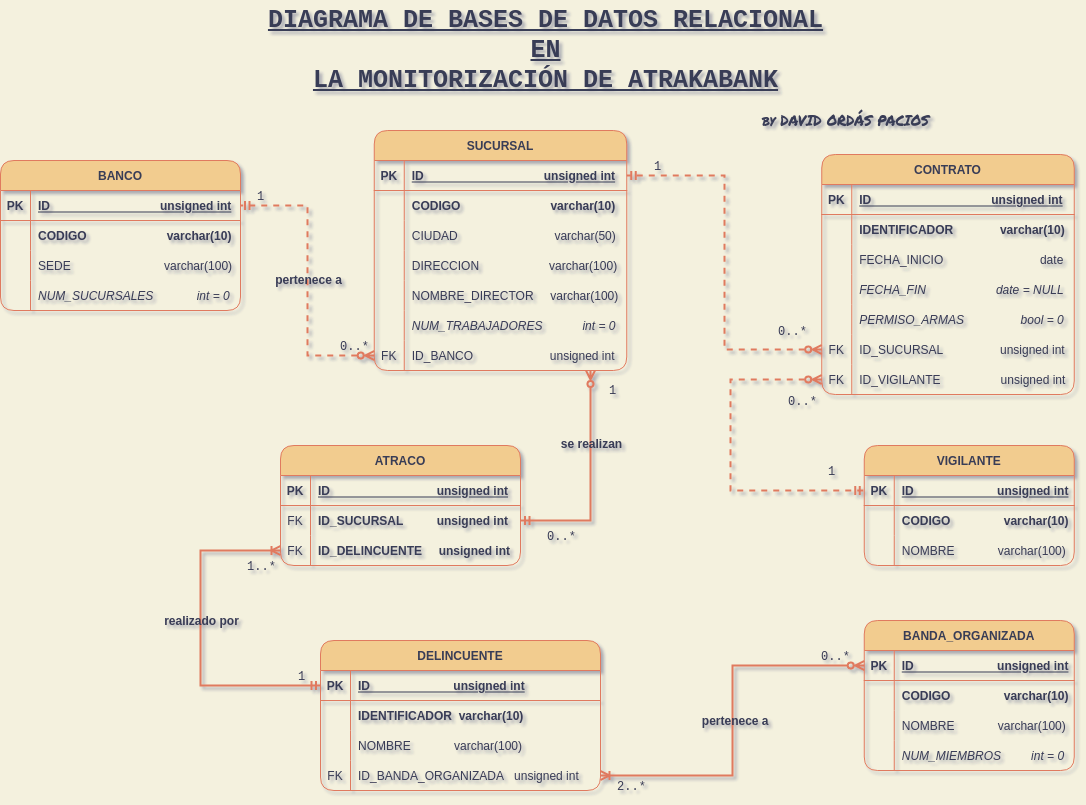
Above: diagrams/atrakabank-Diagrama_BBDD.drawio.png in davorpa/atrakabank-jpa-hibernate-console (draw.io), before the change. Source tidied: cells renumbered, new cells last; positions are measured from the earlier drawing's top-left corner, leaving out a move shared by most shapes.
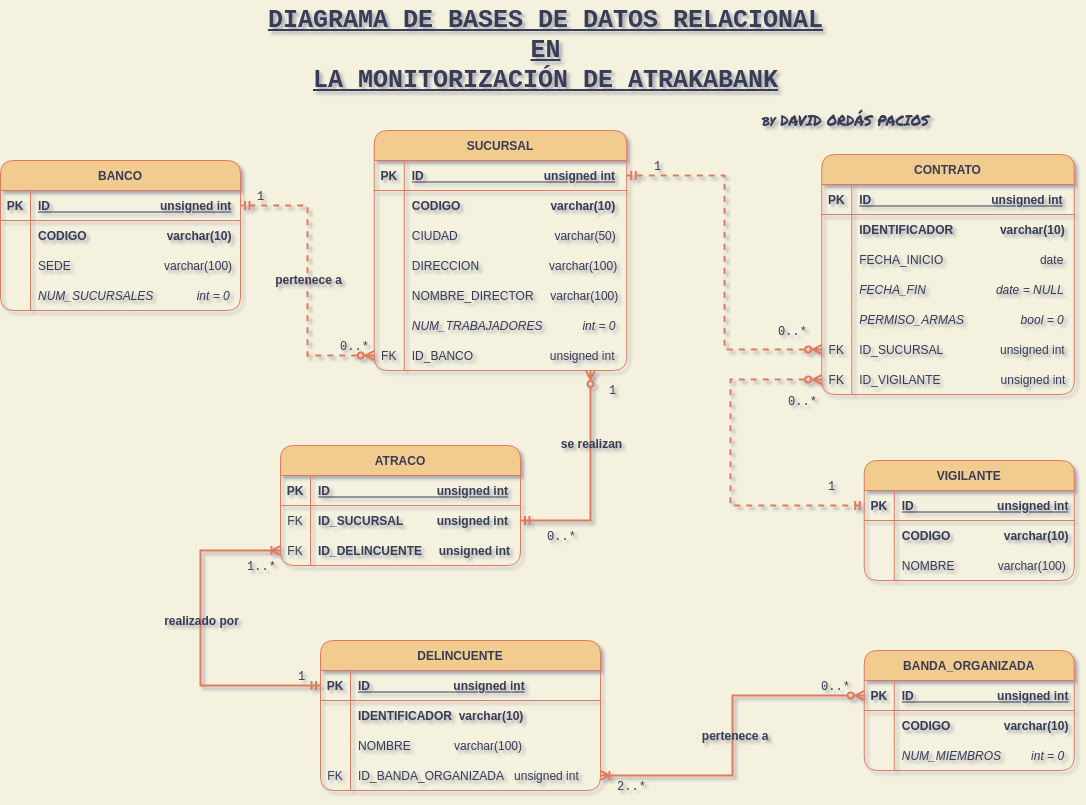
After the change.

Commit message:
Add diagrama del dominio de clases

Diff of the diagram source:
```diff
@@ -247,7 +247,7 @@
       <mxGeometry x="30" width="222.5" height="30" as="geometry" />
     </mxCell>
     <mxCell id="76" value="VIGILANTE" style="shape=table;startSize=30;rowLines=0;fontStyle=1;align=center;labelBackgroundColor=none;fontSize=12;fillColor=#F2CC8F;strokeColor=#E07A5F;fontColor=#393C56;rounded=1;" parent="1" vertex="1">
-      <mxGeometry x="863.8" y="445" width="210" height="120" as="geometry" />
+      <mxGeometry x="863.8" y="460" width="210" height="120" as="geometry" />
     </mxCell>
     <mxCell id="77" style="shape=tableRow;horizontal=0;startSize=0;swimlaneHead=0;swimlaneBody=0;fillColor=none;points=[[0,0.5],[1,0.5]];portConstraint=eastwest;top=0;left=0;right=0;bottom=1;labelBackgroundColor=none;fontSize=12;strokeColor=#E07A5F;fontColor=#393C56;rounded=1;" parent="76" vertex="1">
       <mxGeometry y="30" width="210" height="30" as="geometry" />
@@ -333,7 +333,7 @@
       <mxGeometry x="30" width="250" height="30" as="geometry" />
     </mxCell>
     <mxCell id="102" value="BANDA_ORGANIZADA" style="shape=table;startSize=30;rowLines=0;fontStyle=1;align=center;labelBackgroundColor=none;fontSize=12;fillColor=#F2CC8F;strokeColor=#E07A5F;fontColor=#393C56;rounded=1;" parent="1" vertex="1">
-      <mxGeometry x="863.8" y="620" width="210" height="150" as="geometry" />
+      <mxGeometry x="863.8" y="650" width="210" height="120" as="geometry" />
     </mxCell>
     <mxCell id="103" style="shape=tableRow;horizontal=0;startSize=0;swimlaneHead=0;swimlaneBody=0;fillColor=none;points=[[0,0.5],[1,0.5]];portConstraint=eastwest;top=0;left=0;right=0;bottom=1;labelBackgroundColor=none;fontSize=12;strokeColor=#E07A5F;fontColor=#393C56;rounded=1;" parent="102" vertex="1">
       <mxGeometry y="30" width="210" height="30" as="geometry" />
@@ -353,17 +353,8 @@
     <mxCell id="108" value="CODIGO                varchar(10)" style="shape=partialRectangle;fillColor=none;top=0;left=0;bottom=0;right=0;align=left;spacingLeft=6;overflow=hidden;labelBackgroundColor=none;fontSize=12;strokeColor=#E07A5F;fontColor=#393C56;fontStyle=1;rounded=1;" parent="106" vertex="1">
       <mxGeometry x="30" width="180" height="30" as="geometry" />
     </mxCell>
-    <mxCell id="109" style="shape=tableRow;horizontal=0;startSize=0;swimlaneHead=0;swimlaneBody=0;fillColor=none;top=0;left=0;right=0;bottom=0;labelBackgroundColor=none;fontSize=12;strokeColor=#E07A5F;fontColor=#393C56;rounded=1;" parent="102" vertex="1">
-      <mxGeometry y="90" width="210" height="30" as="geometry" />
-    </mxCell>
-    <mxCell id="110" style="shape=partialRectangle;fillColor=none;top=0;left=0;bottom=0;right=0;overflow=hidden;labelBackgroundColor=none;fontSize=12;strokeColor=#E07A5F;fontColor=#393C56;rounded=1;" parent="109" vertex="1">
-      <mxGeometry width="30" height="30" as="geometry" />
-    </mxCell>
-    <mxCell id="111" value="NOMBRE             varchar(100)" style="shape=partialRectangle;fillColor=none;top=0;left=0;bottom=0;right=0;align=left;spacingLeft=6;overflow=hidden;labelBackgroundColor=none;fontSize=12;strokeColor=#E07A5F;fontColor=#393C56;rounded=1;" parent="109" vertex="1">
-      <mxGeometry x="30" width="180" height="30" as="geometry" />
-    </mxCell>
     <mxCell id="112" style="shape=tableRow;horizontal=0;startSize=0;swimlaneHead=0;swimlaneBody=0;fillColor=none;top=0;left=0;right=0;bottom=0;labelBackgroundColor=none;fontSize=12;strokeColor=#E07A5F;fontColor=#393C56;rounded=1;" parent="102" vertex="1">
-      <mxGeometry y="120" width="210" height="30" as="geometry" />
+      <mxGeometry y="90" width="210" height="30" as="geometry" />
     </mxCell>
     <mxCell id="113" style="shape=partialRectangle;fillColor=none;top=0;left=0;bottom=0;right=0;overflow=hidden;labelBackgroundColor=none;fontSize=12;strokeColor=#E07A5F;fontColor=#393C56;rounded=1;" parent="112" vertex="1">
       <mxGeometry width="30" height="30" as="geometry" />
```
